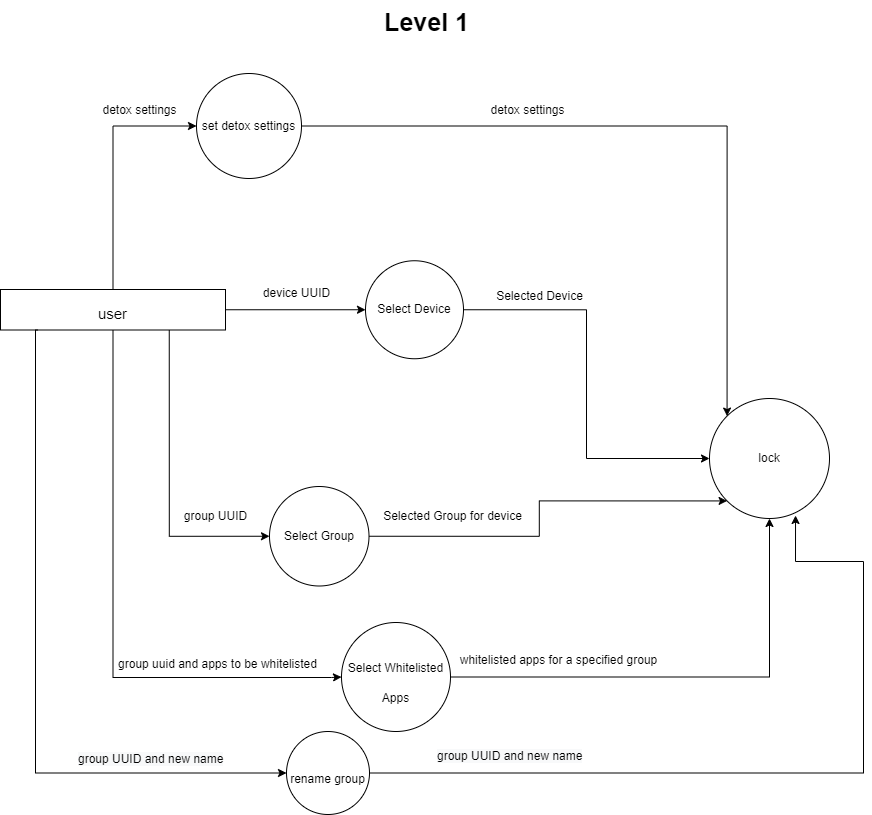
The draw.io diagram SRS/imgs/DFD-Data Flow Diagram level 1.drawio.png in mohamed-sallam/awb-docs, before a commit. Source tidied: cells renumbered, new cells last; positions are measured from the earlier drawing's top-left corner, leaving out a move shared by most shapes.
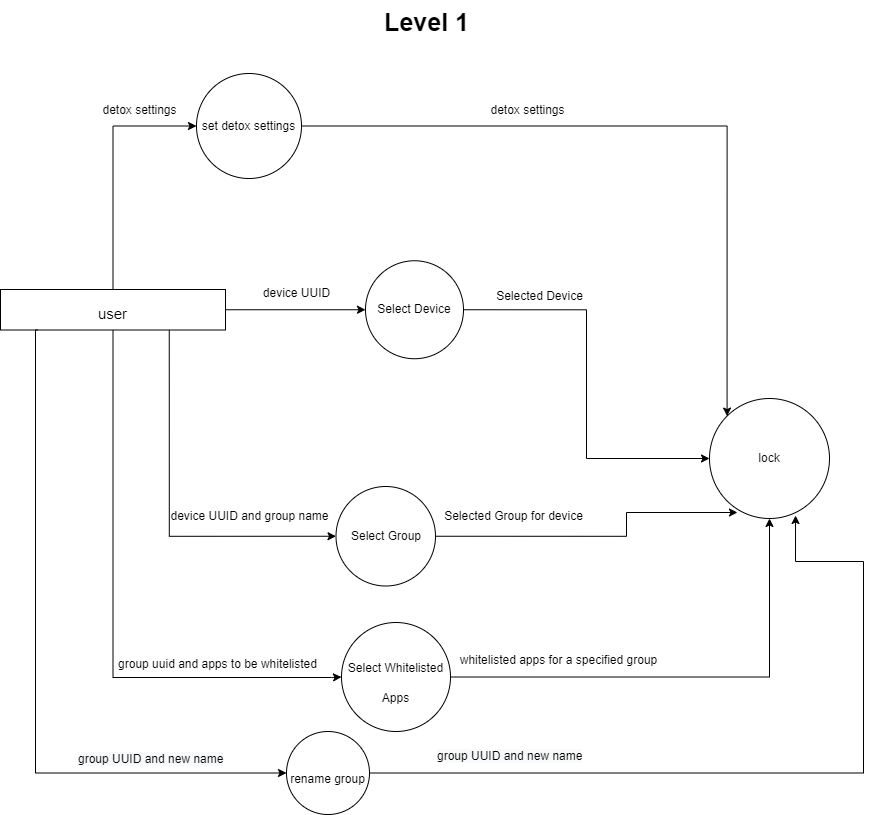
The same file after the commit.

Commit message:
srs/diagram/39/refactor_data_flow_diagram: slight change

The edit, as a diff of the source:
```diff
@@ -61,17 +61,22 @@
     <mxCell id="19" value="Selected Device" style="text;html=1;align=center;verticalAlign=middle;strokeColor=none;fillColor=none;fontSize=12;" parent="1" vertex="1">
       <mxGeometry x="486" y="283.2" width="105" height="26" as="geometry" />
     </mxCell>
-    <mxCell id="20" style="edgeStyle=orthogonalEdgeStyle;rounded=0;jettySize=auto;html=1;exitX=1;exitY=0.5;exitDx=0;exitDy=0;entryX=0;entryY=1;entryDx=0;entryDy=0;" parent="1" edge="1" source="21" target="10">
-      <mxGeometry relative="1" as="geometry" />
+    <mxCell id="20" style="edgeStyle=orthogonalEdgeStyle;rounded=0;jettySize=auto;html=1;exitX=1;exitY=0.5;exitDx=0;exitDy=0;entryX=0.233;entryY=0.95;entryDx=0;entryDy=0;entryPerimeter=0;" parent="1" edge="1" source="21" target="10">
+      <mxGeometry relative="1" as="geometry">
+        <Array as="points">
+          <mxPoint x="626" y="536" />
+          <mxPoint x="626" y="512" />
+        </Array>
+      </mxGeometry>
     </mxCell>
     <mxCell id="21" value="Select Group" style="ellipse;whiteSpace=wrap;html=1;fontSize=12;" parent="1" vertex="1">
-      <mxGeometry x="269" y="486" width="99.5" height="99.5" as="geometry" />
+      <mxGeometry x="335.5" y="486" width="99.5" height="99.5" as="geometry" />
     </mxCell>
-    <mxCell id="22" value="group UUID" style="text;html=1;align=center;verticalAlign=middle;strokeColor=none;fillColor=none;fontSize=12;" parent="1" vertex="1">
-      <mxGeometry x="174" y="503" width="81" height="26" as="geometry" />
+    <mxCell id="22" value="&lt;span style=&quot;&quot;&gt;device UUID and group name&lt;/span&gt;" style="text;html=1;align=center;verticalAlign=middle;strokeColor=none;fillColor=none;fontSize=12;" parent="1" vertex="1">
+      <mxGeometry x="158.5" y="501" width="180" height="30" as="geometry" />
     </mxCell>
     <mxCell id="23" value="Selected Group for device" style="text;html=1;align=center;verticalAlign=middle;strokeColor=none;fillColor=none;fontSize=12;" parent="1" vertex="1">
-      <mxGeometry x="373.2" y="503" width="157" height="26" as="geometry" />
+      <mxGeometry x="434" y="503" width="157" height="26" as="geometry" />
     </mxCell>
     <mxCell id="24" value="detox settings" style="text;html=1;align=center;verticalAlign=middle;strokeColor=none;fillColor=none;fontSize=12;" parent="1" vertex="1">
       <mxGeometry x="477" y="95" width="100" height="30" as="geometry" />
```
